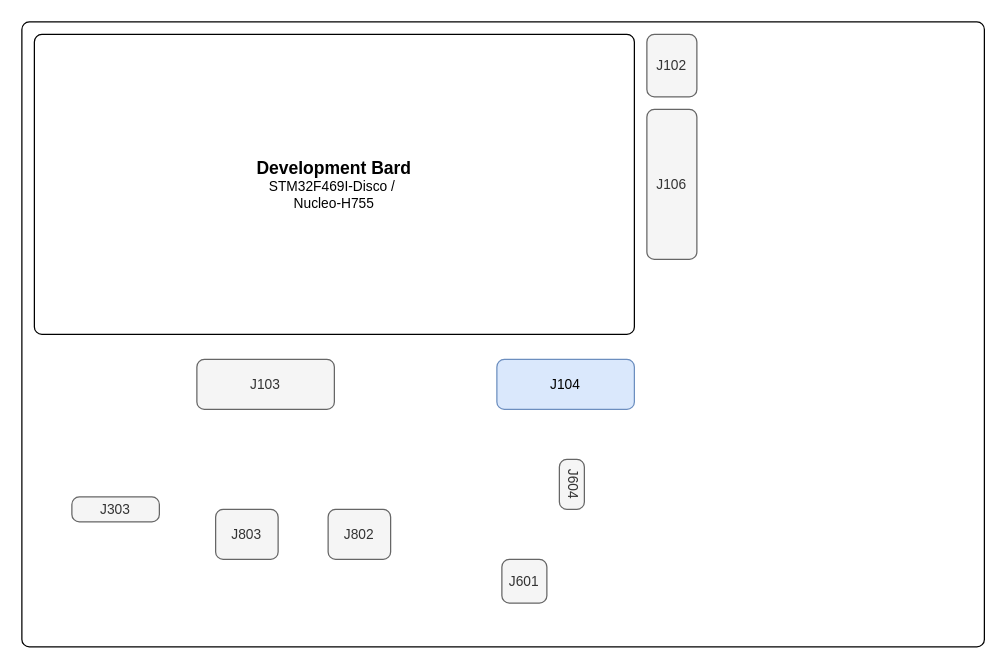
The draw.io diagram page "J104" (3 of 25) of Hardware/Diagramms/HardwareJumper.drawio in KROIA/Voicemail-Box, before the edit. Source tidied: cells renumbered, new cells numbered last; positions are measured from the earlier drawing's top-left corner, leaving out a move shared by most shapes. Both pictures are drawn from the tidied source at 125%, with x=0, y=0 at pixel (21, 21).
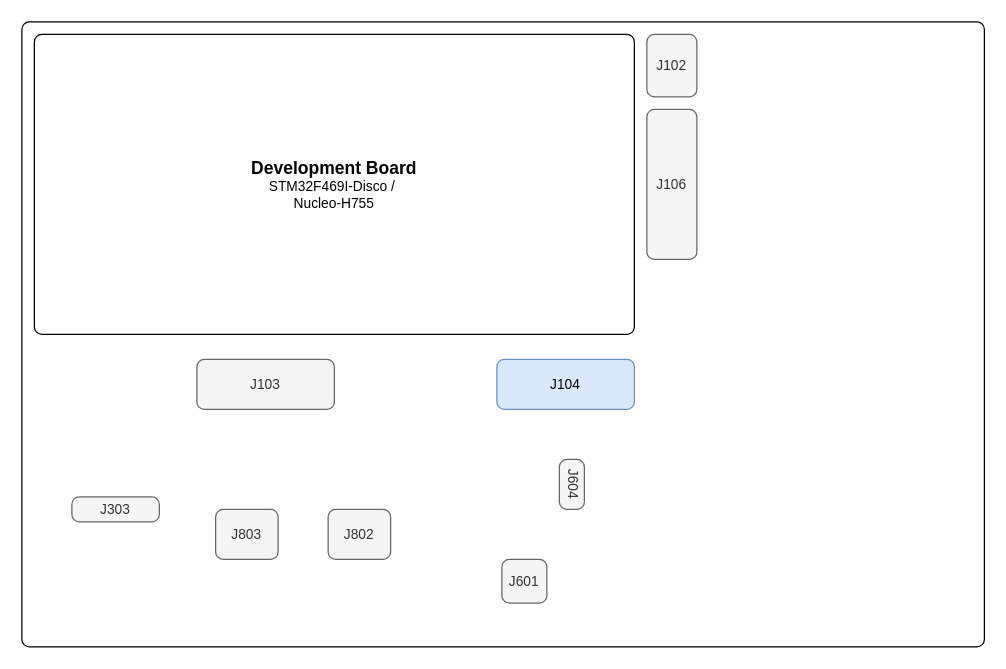
Above is the later version.

What changed in the source:
```diff
@@
 <mxGraphModel>
   <root>
     <mxCell id="0" />
     <mxCell id="1" parent="0" />
     <mxCell id="2" style="rounded=1;whiteSpace=wrap;html=1;align=center;verticalAlign=middle;fontFamily=Helvetica;fontSize=11;labelBackgroundColor=none;arcSize=12;absoluteArcSize=1;" parent="1" vertex="1">
       <mxGeometry width="770" height="500" as="geometry" />
     </mxCell>
-    <mxCell id="3" value="&lt;b&gt;&lt;font style=&quot;font-size: 14px;&quot;&gt;Development Bard&lt;/font&gt;&lt;/b&gt;&lt;div&gt;STM32F469I-Disco /&amp;nbsp;&lt;br&gt;Nucleo-H755&lt;/div&gt;" style="rounded=1;whiteSpace=wrap;html=1;align=center;verticalAlign=middle;fontFamily=Helvetica;fontSize=11;labelBackgroundColor=none;arcSize=12;absoluteArcSize=1;fillOpacity=100;" parent="1" vertex="1">
+    <mxCell id="3" value="&lt;b&gt;&lt;font style=&quot;font-size: 14px;&quot;&gt;Development Board&lt;/font&gt;&lt;/b&gt;&lt;div&gt;STM32F469I-Disco /&amp;nbsp;&lt;br&gt;Nucleo-H755&lt;/div&gt;" style="rounded=1;whiteSpace=wrap;html=1;align=center;verticalAlign=middle;fontFamily=Helvetica;fontSize=11;labelBackgroundColor=none;arcSize=12;absoluteArcSize=1;fillOpacity=100;" parent="1" vertex="1">
       <mxGeometry x="10" y="10" width="480" height="240" as="geometry" />
     </mxCell>
     <mxCell id="4" value="J102" style="rounded=1;whiteSpace=wrap;html=1;align=center;verticalAlign=middle;fontFamily=Helvetica;fontSize=11;labelBackgroundColor=none;arcSize=12;fillColor=#f5f5f5;fontColor=#333333;strokeColor=#666666;fillOpacity=100;absoluteArcSize=1;" parent="1" vertex="1">
       <mxGeometry x="500" y="10" width="40" height="50" as="geometry" />
     </mxCell>
     <mxCell id="5" value="J106" style="rounded=1;whiteSpace=wrap;html=1;align=center;verticalAlign=middle;fontFamily=Helvetica;fontSize=11;labelBackgroundColor=none;arcSize=12;fillColor=#f5f5f5;fontColor=#333333;strokeColor=#666666;fillOpacity=100;absoluteArcSize=1;" parent="1" vertex="1">
       <mxGeometry x="500" y="70" width="40" height="120" as="geometry" />
     </mxCell>
     <mxCell id="6" value="J104" style="rounded=1;whiteSpace=wrap;html=1;align=center;verticalAlign=middle;fontFamily=Helvetica;fontSize=11;labelBackgroundColor=none;arcSize=12;fillColor=#dae8fc;strokeColor=#6c8ebf;fillOpacity=100;absoluteArcSize=1;" parent="1" vertex="1">
       <mxGeometry x="380" y="270" width="110" height="40" as="geometry" />
     </mxCell>
     <mxCell id="7" value="J103" style="rounded=1;whiteSpace=wrap;html=1;align=center;verticalAlign=middle;fontFamily=Helvetica;fontSize=11;labelBackgroundColor=none;arcSize=12;fillColor=#f5f5f5;fontColor=#333333;strokeColor=#666666;fillOpacity=100;absoluteArcSize=1;" parent="1" vertex="1">
       <mxGeometry x="140" y="270" width="110" height="40" as="geometry" />
     </mxCell>
     <mxCell id="8" value="J303" style="rounded=1;whiteSpace=wrap;html=1;align=center;verticalAlign=middle;fontFamily=Helvetica;fontSize=11;labelBackgroundColor=none;arcSize=12;fillColor=#f5f5f5;strokeColor=#666666;fillOpacity=100;absoluteArcSize=1;fontColor=#333333;" parent="1" vertex="1">
       <mxGeometry x="40" y="380" width="70" height="20" as="geometry" />
     </mxCell>
     <mxCell id="9" value="J803" style="rounded=1;whiteSpace=wrap;html=1;align=center;verticalAlign=middle;fontFamily=Helvetica;fontSize=11;labelBackgroundColor=none;arcSize=12;fillColor=#f5f5f5;fontColor=#333333;strokeColor=#666666;fillOpacity=100;absoluteArcSize=1;" parent="1" vertex="1">
       <mxGeometry x="155" y="390" width="50" height="40" as="geometry" />
     </mxCell>
     <mxCell id="10" value="J802" style="rounded=1;whiteSpace=wrap;html=1;align=center;verticalAlign=middle;fontFamily=Helvetica;fontSize=11;labelBackgroundColor=none;arcSize=12;fillColor=#f5f5f5;fontColor=#333333;strokeColor=#666666;fillOpacity=100;absoluteArcSize=1;" parent="1" vertex="1">
       <mxGeometry x="245" y="390" width="50" height="40" as="geometry" />
     </mxCell>
     <mxCell id="11" style="group;arcSize=12;fillOpacity=100;absoluteArcSize=1;" parent="1" vertex="1">
       <mxGeometry x="380" y="320" width="160" height="170" as="geometry" />
     </mxCell>
     <mxCell id="12" value="J601" style="rounded=1;whiteSpace=wrap;html=1;align=center;verticalAlign=middle;fontFamily=Helvetica;fontSize=11;labelBackgroundColor=none;arcSize=12;fillColor=#f5f5f5;fontColor=#333333;strokeColor=#666666;fillOpacity=100;absoluteArcSize=1;" parent="11" vertex="1">
       <mxGeometry x="4" y="110" width="36" height="35" as="geometry" />
     </mxCell>
     <mxCell id="13" value="J604" style="rounded=1;whiteSpace=wrap;html=1;align=center;verticalAlign=middle;fontFamily=Helvetica;fontSize=11;labelBackgroundColor=none;arcSize=12;textDirection=vertical-lr;fillColor=#f5f5f5;fontColor=#333333;strokeColor=#666666;fillOpacity=100;absoluteArcSize=1;" parent="11" vertex="1">
       <mxGeometry x="50" y="30" width="20" height="40" as="geometry" />
     </mxCell>
   </root>
 </mxGraphModel>
```
